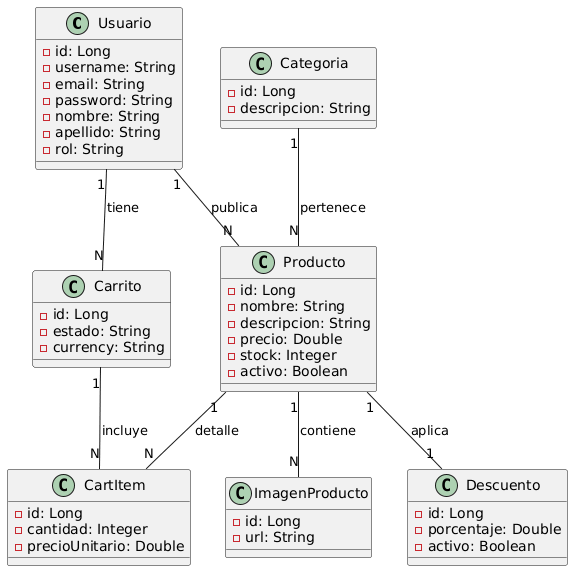
Before: doc/UML.png, a diagram exported from PlantUML (manulopezscala/tpo-apis-grupo4).
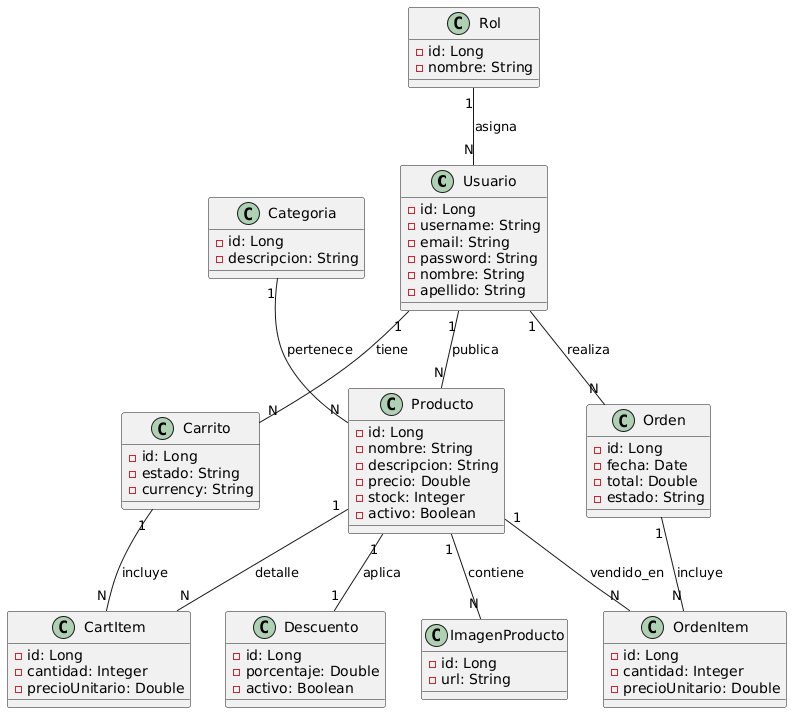
After the commit.

The edit, as a diff of the source:
```diff
@@ -6,7 +6,11 @@
     - password: String
     - nombre: String
     - apellido: String
-    - rol: String
+}
+
+class Rol {
+    - id: Long
+    - nombre: String
 }
 
 class Producto {
@@ -35,6 +39,19 @@
     - precioUnitario: Double
 }
 
+class Orden {
+    - id: Long
+    - fecha: Date
+    - total: Double
+    - estado: String
+}
+
+class OrdenItem {
+    - id: Long
+    - cantidad: Integer
+    - precioUnitario: Double
+}
+
 class Descuento {
     - id: Long
     - porcentaje: Double
@@ -46,14 +63,20 @@
     - url: String
 }
 
+Rol "1" -- "N" Usuario : asigna
+
 Usuario "1" -- "N" Producto : publica
 Usuario "1" -- "N" Carrito : tiene
+Usuario "1" -- "N" Orden : realiza
 
 Categoria "1" -- "N" Producto : pertenece
 
 Carrito "1" -- "N" CartItem : incluye
 Producto "1" -- "N" CartItem : detalle
 
+Orden "1" -- "N" OrdenItem : incluye
+Producto "1" -- "N" OrdenItem : vendido_en
+
 Producto "1" -- "1" Descuento : aplica
 Producto "1" -- "N" ImagenProducto : contiene
 @enduml
```
